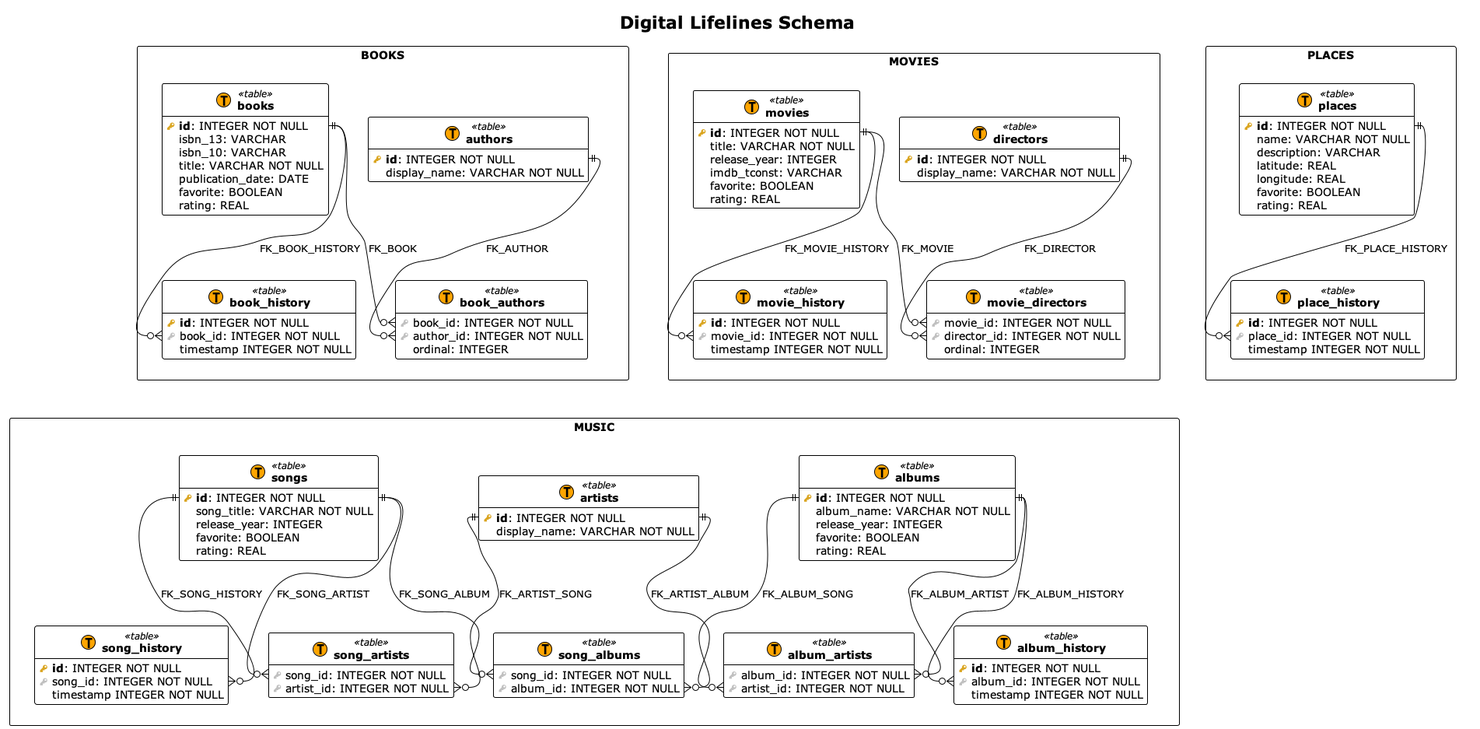
Above: Docs/design/database/database-schema.png in jeannamatthews-classes/group-project-digital-lifelines (PlantUML), before the change. Its diagram source:
```plantuml
@startuml



!theme plain
hide empty methods
top to bottom direction

!procedure $schema($name, $slug)
package "$name" as $slug <<Rectangle>>
!endprocedure

!procedure $table($name, $slug)
entity "<b>$name</b>" as $slug << (T, Orange) table >>
!endprocedure

!procedure $view($name, $slug)
entity "<b>$name</b>" as $slug << (V, Aquamarine) view >>
!endprocedure

!procedure $pk($name)
<color:#GoldenRod><&key></color> <b>$name</b>
!endprocedure

!procedure $fk($name)
<color:#Silver><&key></color> $name
!endprocedure

!procedure $column($name)
{field} <color:#White><&media-record></color> $name
!endprocedure


title "Digital Lifelines Schema"

$schema("BOOKS", "id_1") {

  $table("books", "id_1_1") {
    $pk("id"): INTEGER NOT NULL
    $column("isbn_13"): VARCHAR
    $column("isbn_10"): VARCHAR
    $column("title"): VARCHAR NOT NULL
    $column("publication_date"): DATE
    $column("favorite"): BOOLEAN
    $column("rating"): REAL
  }

  $table("book_authors", "id_1_2") {
    $fk("book_id"): INTEGER NOT NULL
    $fk("author_id"): INTEGER NOT NULL
    $column("ordinal"): INTEGER
  }

  $table("authors", "id_1_3") {
    $pk("id"): INTEGER NOT NULL
    $column("display_name"): VARCHAR NOT NULL
  }

  $table("book_history", "id_1_4") {
    $pk("id"): INTEGER NOT NULL
    $fk("book_id"): INTEGER NOT NULL
    $column("timestamp") INTEGER NOT NULL
  }
}

id_1.id_1_1::id  ||--o{ id_1.id_1_2::book_id : FK_BOOK
id_1.id_1_1::id  ||--o{ id_1.id_1_4::book_id : FK_BOOK_HISTORY
id_1.id_1_3::id  ||--o{ id_1.id_1_2::author_id : FK_AUTHOR

$schema("MOVIES", "id_2") {

  $table("movies", "id_2_1") {
    $pk("id"): INTEGER NOT NULL
    $column("title"): VARCHAR NOT NULL
    $column("release_year"): INTEGER
    $column("imdb_tconst"): VARCHAR
    $column("favorite"): BOOLEAN
    $column("rating"): REAL
  }

  $table("movie_directors", "id_2_2") {
    $fk("movie_id"): INTEGER NOT NULL
    $fk("director_id"): INTEGER NOT NULL
    $column("ordinal"): INTEGER
  }

  $table("directors", "id_2_3") {
    $pk("id"): INTEGER NOT NULL
    $column("display_name"): VARCHAR NOT NULL
  }

  $table("movie_history", "id_2_4") {
    $pk("id"): INTEGER NOT NULL
    $fk("movie_id"): INTEGER NOT NULL
    $column("timestamp") INTEGER NOT NULL
  }
}

id_2.id_2_1::id  ||--o{ id_2.id_2_2::movie_id : FK_MOVIE
id_2.id_2_1::id  ||--o{ id_2.id_2_4::movie_id : FK_MOVIE_HISTORY
id_2.id_2_3::id  ||--o{ id_2.id_2_2::director_id : FK_DIRECTOR

$schema("MUSIC", "id_3") {

  $table("songs", "id_3_1") {
    $pk("id"): INTEGER NOT NULL
    $column("song_title"): VARCHAR NOT NULL
    $column("release_year"): INTEGER
    $column("favorite"): BOOLEAN
    $column("rating"): REAL
  }

  $table("song_albums", "id_3_2") {
    $fk("song_id"): INTEGER NOT NULL
    $fk("album_id"): INTEGER NOT NULL
  }

  $table("albums", "id_3_3") {
    $pk("id"): INTEGER NOT NULL
    $column("album_name"): VARCHAR NOT NULL
    $column("release_year"): INTEGER
    $column("favorite"): BOOLEAN
    $column("rating"): REAL
  }

  $table("album_artists", "id_3_4") {
    $fk("album_id"): INTEGER NOT NULL
    $fk("artist_id"): INTEGER NOT NULL
  }

  $table("song_artists", "id_3_5") {
    $fk("song_id"): INTEGER NOT NULL
    $fk("artist_id"): INTEGER NOT NULL
  }

  $table("artists", "id_3_6") {
    $pk("id"): INTEGER NOT NULL
    $column("display_name"): VARCHAR NOT NULL
  }

  $table("song_history", "id_3_7") {
    $pk("id"): INTEGER NOT NULL
    $fk("song_id"): INTEGER NOT NULL
    $column("timestamp") INTEGER NOT NULL
  }

  $table("album_history", "id_3_8") {
    $pk("id"): INTEGER NOT NULL
    $fk("album_id"): INTEGER NOT NULL
    $column("timestamp") INTEGER NOT NULL
  }
}

id_3.id_3_1::id  ||--o{ id_3.id_3_2::song_id : FK_SONG_ALBUM
id_3.id_3_1::id  ||--o{ id_3.id_3_5::song_id : FK_SONG_ARTIST
id_3.id_3_3::id  ||--o{ id_3.id_3_2::album_id : FK_ALBUM_SONG
id_3.id_3_3::id  ||--o{ id_3.id_3_4::album_id : FK_ALBUM_ARTIST
id_3.id_3_6::id  ||--o{ id_3.id_3_4::artist_id : FK_ARTIST_ALBUM
id_3.id_3_6::id  ||--o{ id_3.id_3_5::artist_id : FK_ARTIST_SONG
id_3.id_3_1::id  ||--o{ id_3.id_3_7::song_id : FK_SONG_HISTORY
id_3.id_3_3::id  ||--o{ id_3.id_3_8::album_id : FK_ALBUM_HISTORY

$schema("PLACES", "id_4") {

  $table("places", "id_4_1") {
    $pk("id"): INTEGER NOT NULL
    $column("name"): VARCHAR NOT NULL
    $column("description"): VARCHAR
    $column("latitude"): REAL
    $column("longitude"): REAL
    $column("favorite"): BOOLEAN
    $column("rating"): REAL
  }

  $table("place_history", "id_4_2") {
    $pk("id"): INTEGER NOT NULL
    $fk("place_id"): INTEGER NOT NULL
    $column("timestamp") INTEGER NOT NULL
  }
}

id_4.id_4_1::id  ||--o{ id_4.id_4_2::place_id : FK_PLACE_HISTORY

id_1 ---[hidden]> id_3
id_2 ---[hidden]> id_3
id_4 ---[hidden]> id_3

@enduml
```
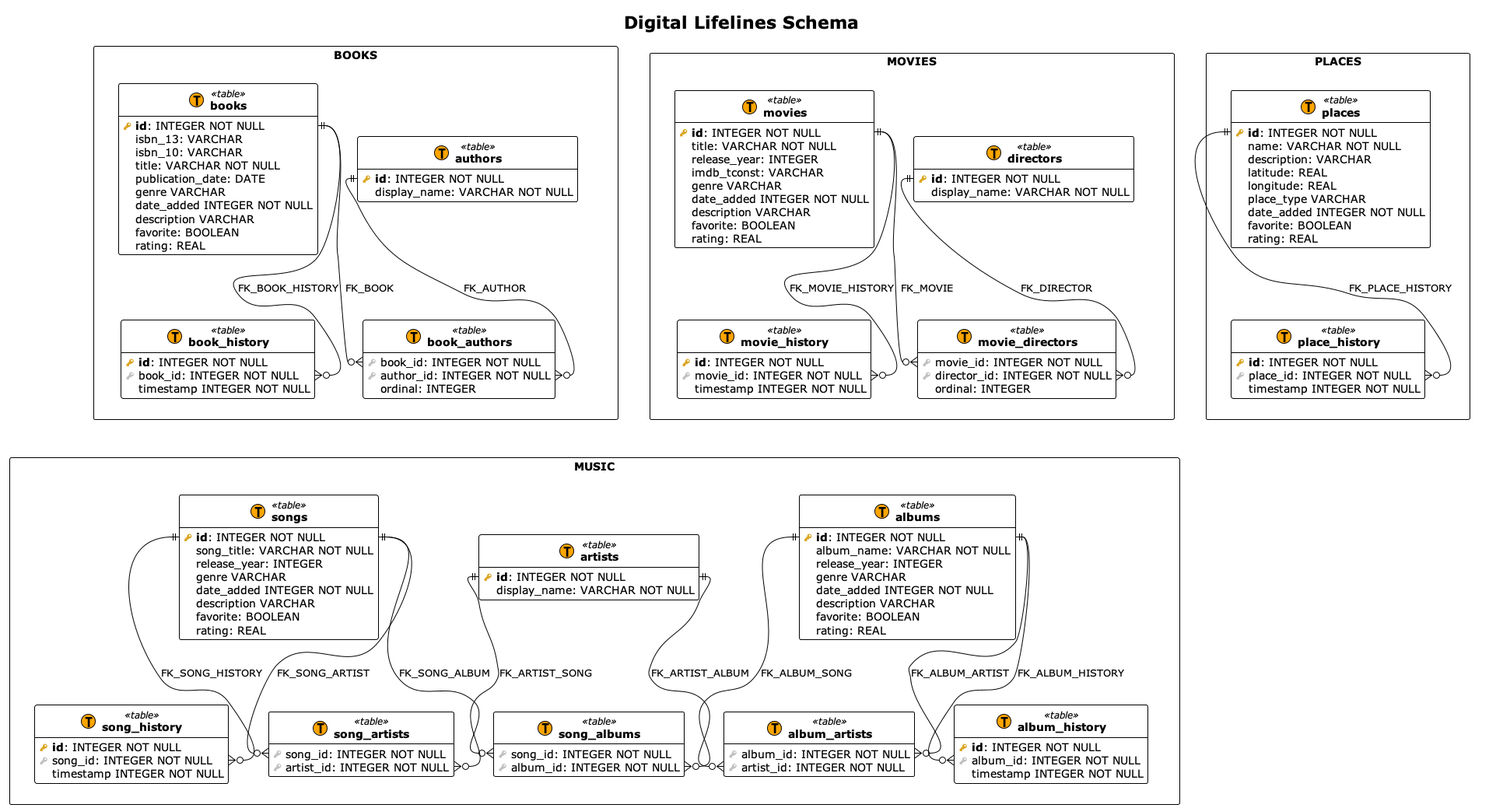
The same file after the commit.

Commit message:
Add new fields to match UI design

Change to the diagram source:
```diff
@@ -41,6 +41,9 @@
     $column("isbn_10"): VARCHAR
     $column("title"): VARCHAR NOT NULL
     $column("publication_date"): DATE
+    $column("genre") VARCHAR
+    $column("date_added") INTEGER NOT NULL
+    $column("description") VARCHAR
     $column("favorite"): BOOLEAN
     $column("rating"): REAL
   }
@@ -74,6 +77,9 @@
     $column("title"): VARCHAR NOT NULL
     $column("release_year"): INTEGER
     $column("imdb_tconst"): VARCHAR
+    $column("genre") VARCHAR
+    $column("date_added") INTEGER NOT NULL
+    $column("description") VARCHAR
     $column("favorite"): BOOLEAN
     $column("rating"): REAL
   }
@@ -106,6 +112,9 @@
     $pk("id"): INTEGER NOT NULL
     $column("song_title"): VARCHAR NOT NULL
     $column("release_year"): INTEGER
+    $column("genre") VARCHAR
+    $column("date_added") INTEGER NOT NULL
+    $column("description") VARCHAR
     $column("favorite"): BOOLEAN
     $column("rating"): REAL
   }
@@ -119,6 +128,9 @@
     $pk("id"): INTEGER NOT NULL
     $column("album_name"): VARCHAR NOT NULL
     $column("release_year"): INTEGER
+    $column("genre") VARCHAR
+    $column("date_added") INTEGER NOT NULL
+    $column("description") VARCHAR
     $column("favorite"): BOOLEAN
     $column("rating"): REAL
   }
@@ -168,6 +180,8 @@
     $column("description"): VARCHAR
     $column("latitude"): REAL
     $column("longitude"): REAL
+    $column("place_type") VARCHAR
+    $column("date_added") INTEGER NOT NULL
     $column("favorite"): BOOLEAN
     $column("rating"): REAL
   }
```
